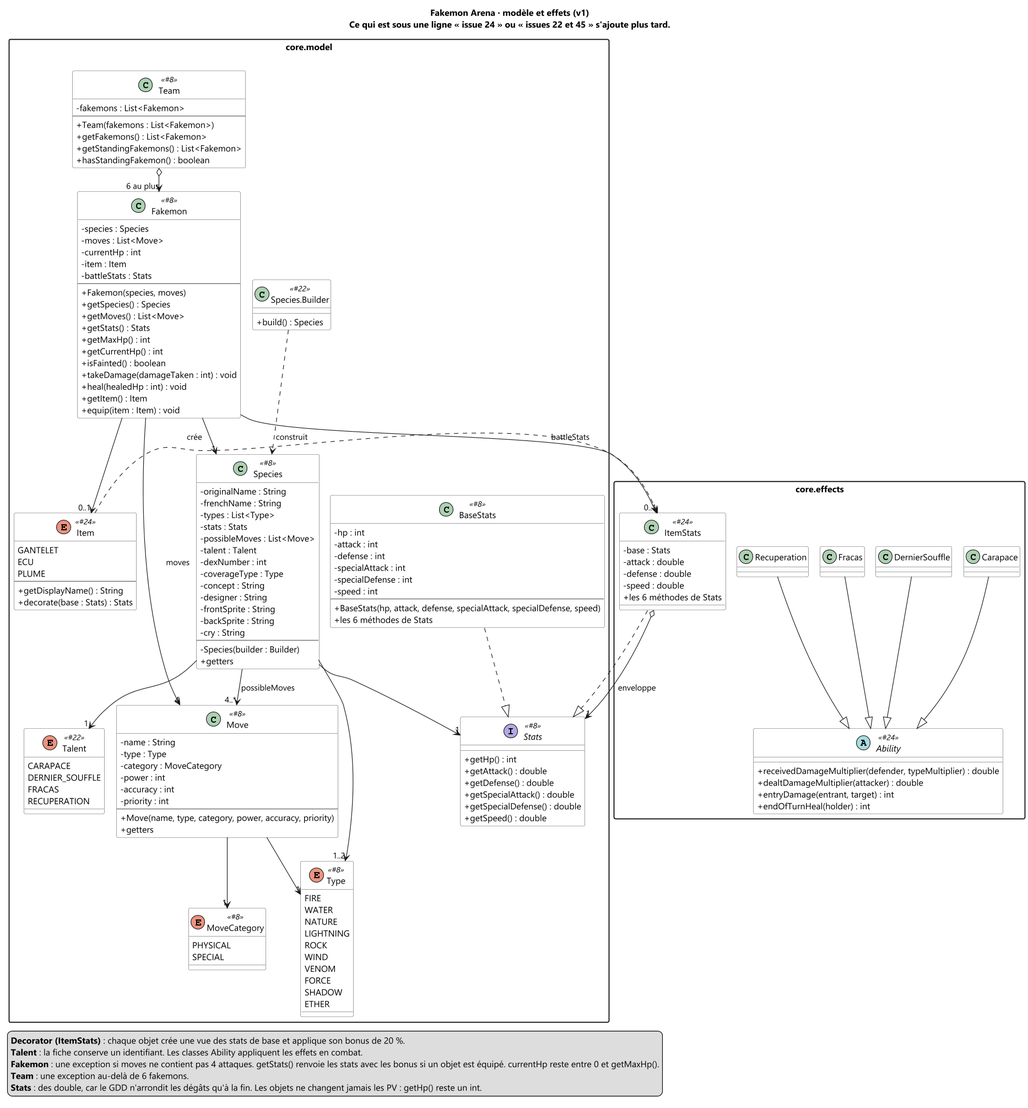
Before: docs/uml/classes-modele.png, a diagram exported from PlantUML (OnerAliCan/fakemon-arena).
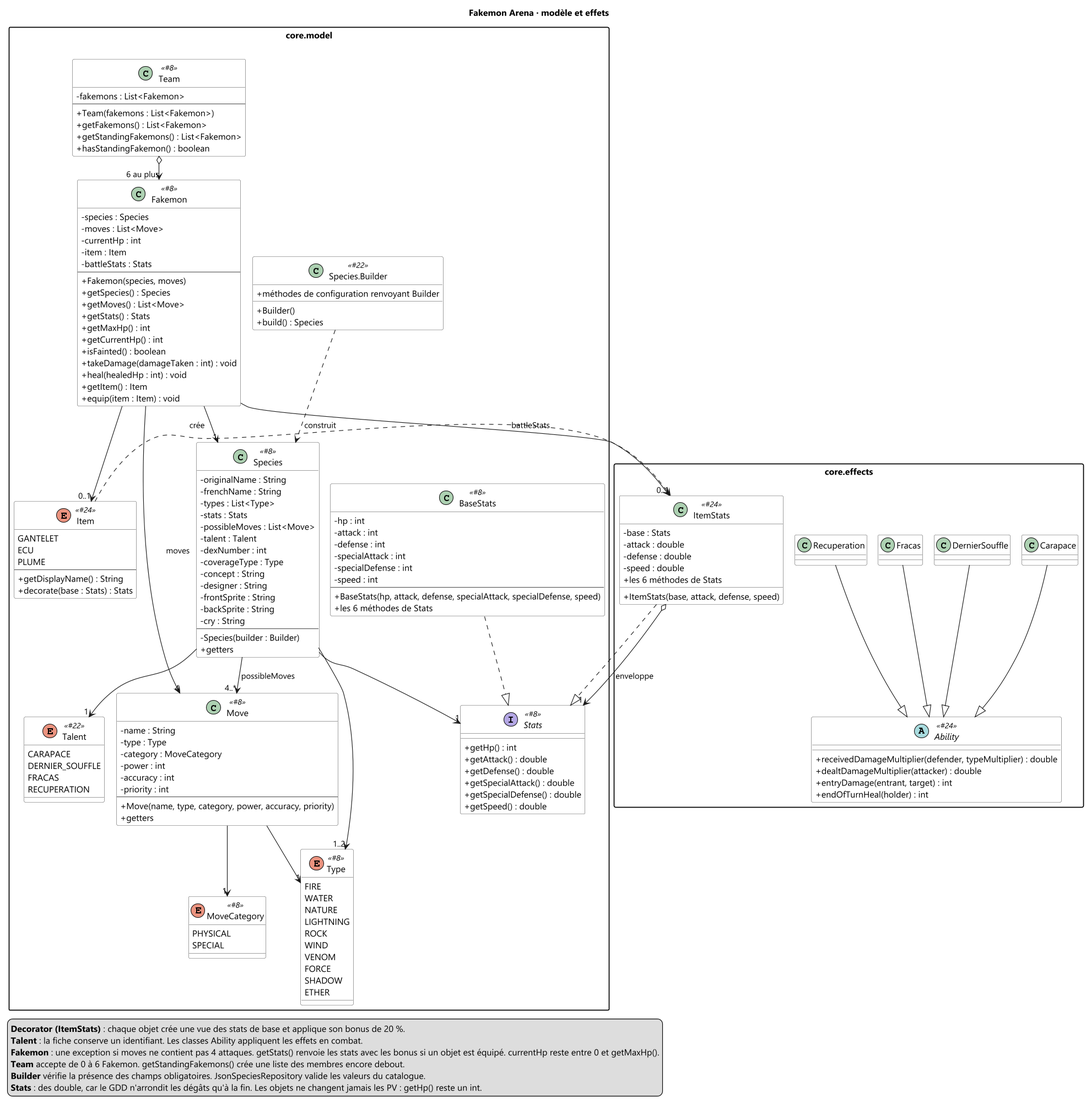
The same file after the commit.

The edit, as a diff of the source:
```diff
@@ -9,7 +9,7 @@
 skinparam noteBackgroundColor #FFF8DC
 skinparam classBackgroundColor #FFFFFF
 skinparam classBorderColor #555555
-title Fakemon Arena · modèle et effets (v1)\nCe qui est sous une ligne « issue 24 » ou « issues 22 et 45 » s'ajoute plus tard.
+title Fakemon Arena · modèle et effets
 
 package "core.model" {
   enum Type <<#8>> {
@@ -83,6 +83,8 @@
   }
 
   class "Species.Builder" as SpeciesBuilder <<#22>> {
+    + Builder()
+    + méthodes de configuration renvoyant Builder
     + build() : Species
   }
 
@@ -138,6 +140,7 @@
     - attack : double
     - defense : double
     - speed : double
+    + ItemStats(base, attack, defense, speed)
     + les 6 méthodes de Stats
   }
   abstract class Ability <<#24>> {
@@ -178,7 +181,8 @@
   <b>Decorator (ItemStats)</b> : chaque objet crée une vue des stats de base et applique son bonus de 20 %.
   <b>Talent</b> : la fiche conserve un identifiant. Les classes Ability appliquent les effets en combat.
   <b>Fakemon</b> : une exception si moves ne contient pas 4 attaques. getStats() renvoie les stats avec les bonus si un objet est équipé. currentHp reste entre 0 et getMaxHp().
-  <b>Team</b> : une exception au-delà de 6 fakemons.
+  <b>Team</b> accepte de 0 à 6 Fakemon. getStandingFakemons() crée une liste des membres encore debout.
+  <b>Builder</b> vérifie la présence des champs obligatoires. JsonSpeciesRepository valide les valeurs du catalogue.
   <b>Stats</b> : des double, car le GDD n'arrondit les dégâts qu'à la fin. Les objets ne changent jamais les PV : getHp() reste un int.
 endlegend
 @enduml
```
